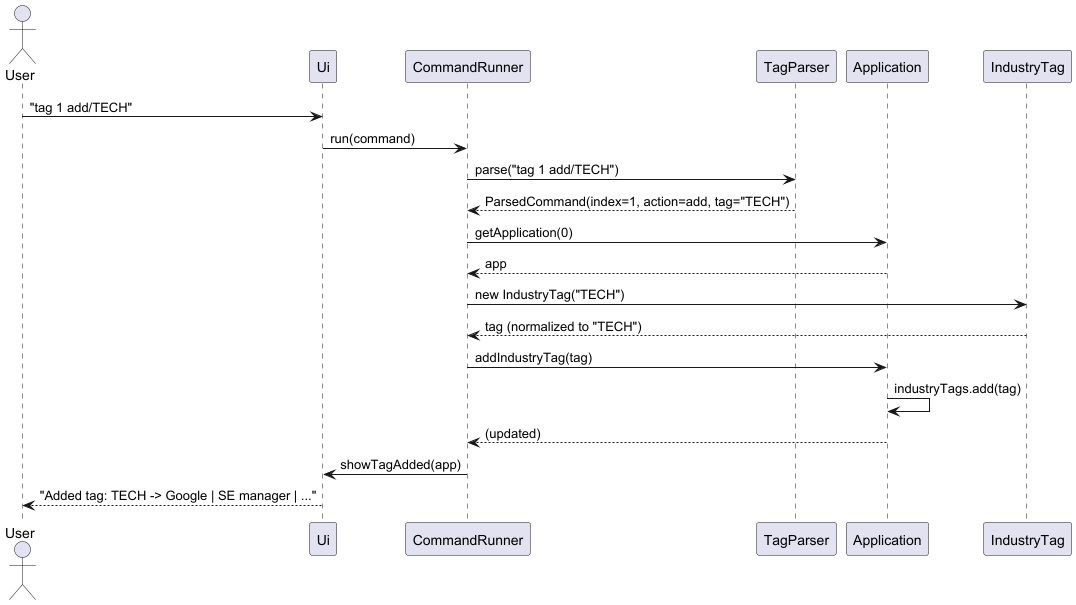
This is docs/diagrams/tag/sequence.png from gzc-ceg/tp, a PlantUML export, as it was before one commit. Source of this version:
```plantuml
@startuml
actor User
participant Ui
participant CommandRunner
participant TagParser
participant Application
participant IndustryTag

User -> Ui : "tag 1 add/TECH"
Ui -> CommandRunner : run(command)
CommandRunner -> TagParser : parse("tag 1 add/TECH")
TagParser --> CommandRunner : ParsedCommand(index=1, action=add, tag="TECH")
CommandRunner -> Application : getApplication(0)
Application --> CommandRunner : app
CommandRunner -> IndustryTag : new IndustryTag("TECH")
IndustryTag --> CommandRunner : tag (normalized to "TECH")
CommandRunner -> Application : addIndustryTag(tag)
Application -> Application : industryTags.add(tag)
Application --> CommandRunner : (updated)
CommandRunner -> Ui : showTagAdded(app)
Ui --> User : "Added tag: TECH -> Google | SE manager | ..."
@enduml
```
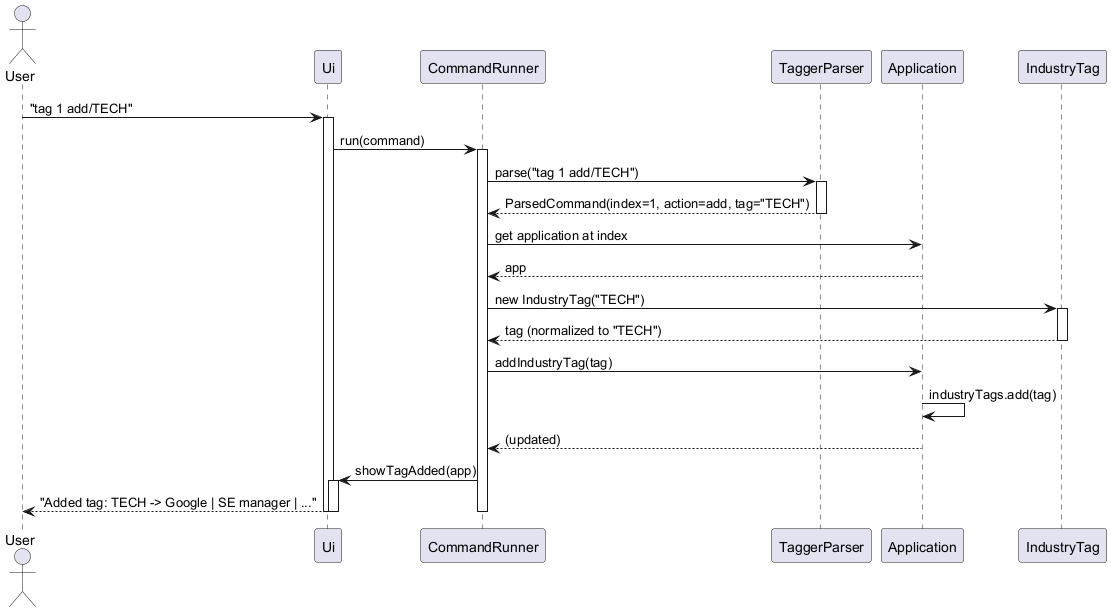
Above is the later version.

Commit message:
docs: regenerate filter and tag sequence diagrams (PlantUML)

PNG now matches sequence.puml (filter s/OFFER, TaggerParser). Closes #187.

Made-with: Cursor

Change to the diagram source:
```diff
@@ -2,21 +2,31 @@
 actor User
 participant Ui
 participant CommandRunner
-participant TagParser
+participant TaggerParser
 participant Application
 participant IndustryTag
 
 User -> Ui : "tag 1 add/TECH"
+activate Ui
 Ui -> CommandRunner : run(command)
-CommandRunner -> TagParser : parse("tag 1 add/TECH")
-TagParser --> CommandRunner : ParsedCommand(index=1, action=add, tag="TECH")
-CommandRunner -> Application : getApplication(0)
+activate CommandRunner
+CommandRunner -> TaggerParser : parse("tag 1 add/TECH")
+activate TaggerParser
+TaggerParser --> CommandRunner : ParsedCommand(index=1, action=add, tag="TECH")
+deactivate TaggerParser
+CommandRunner -> Application : get application at index
 Application --> CommandRunner : app
 CommandRunner -> IndustryTag : new IndustryTag("TECH")
+activate IndustryTag
 IndustryTag --> CommandRunner : tag (normalized to "TECH")
+deactivate IndustryTag
 CommandRunner -> Application : addIndustryTag(tag)
 Application -> Application : industryTags.add(tag)
 Application --> CommandRunner : (updated)
 CommandRunner -> Ui : showTagAdded(app)
+activate Ui
 Ui --> User : "Added tag: TECH -> Google | SE manager | ..."
+deactivate Ui
+deactivate CommandRunner
+deactivate Ui
 @enduml
```
